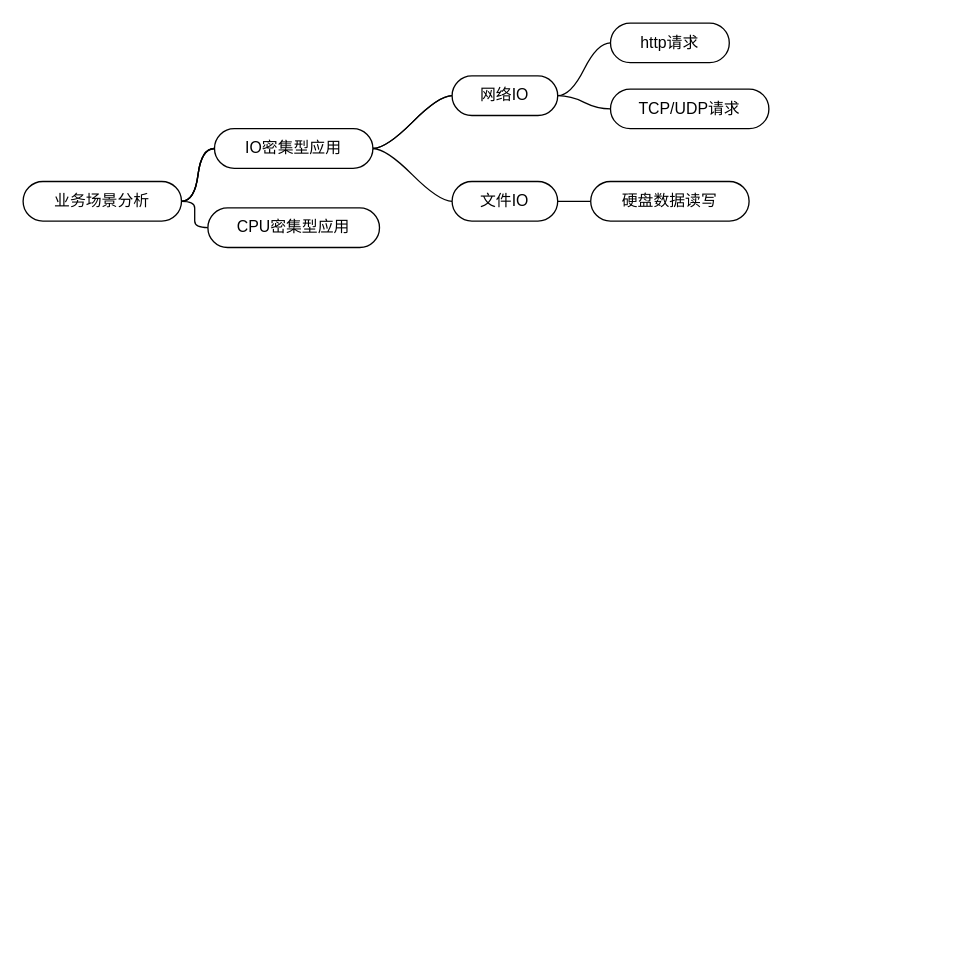
The draw.io diagram 数据表ER图.drawio in jeefs/mindGraph, before the edit. Source tidied: cells renumbered, new cells numbered last; positions are measured from the earlier drawing's top-left corner, leaving out a move shared by most shapes. Both pictures are drawn from the tidied source at 132%, with x=0, y=0 at pixel (22, 22).
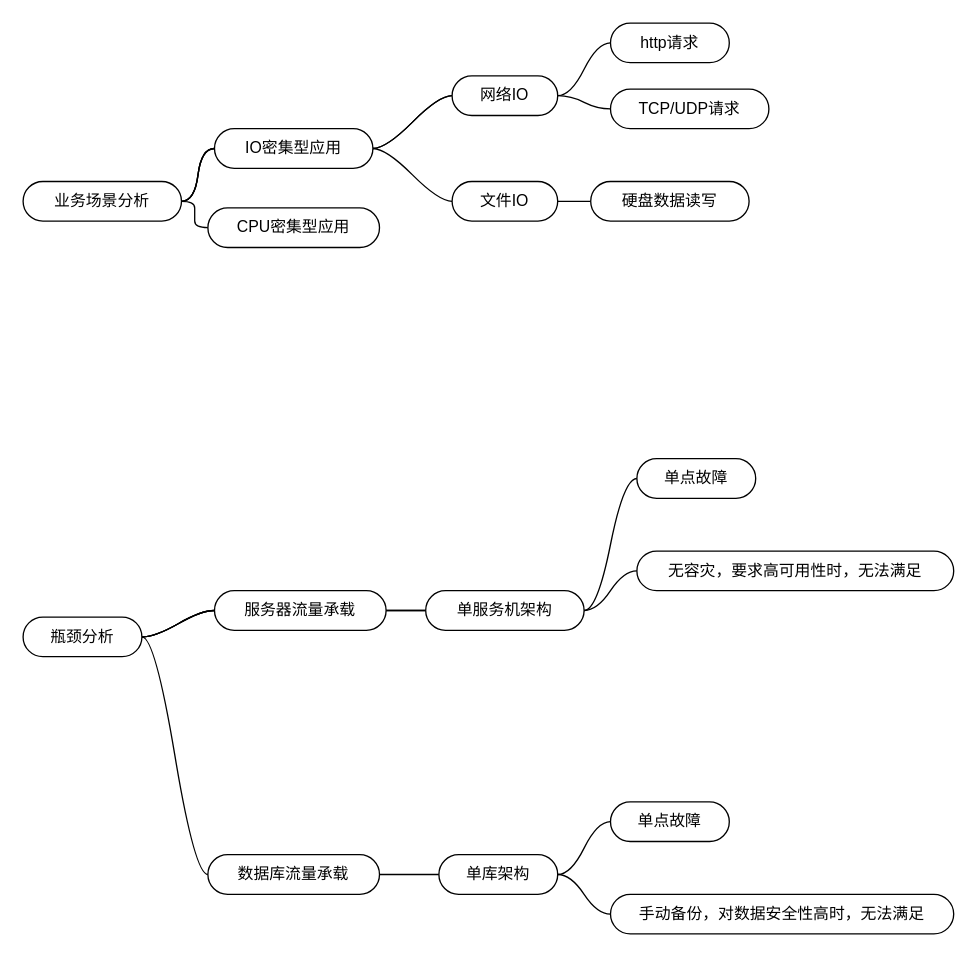
Above is the later version.

Commit message (it also covers changes not shown here):
更新数据表ER图.drawio

Diff of the diagram source:
```diff
@@
+    <mxCell id="20" style="edgeStyle=entityRelationEdgeStyle;rounded=0;jettySize=auto;html=1;startArrow=none;endArrow=none;segment=10;curved=1;sourcePerimeterSpacing=0;targetPerimeterSpacing=0;" parent="1" edge="1" source="24" target="27">
+      <mxGeometry relative="1" as="geometry" />
+    </mxCell>
+    <mxCell id="21" style="edgeStyle=entityRelationEdgeStyle;rounded=0;jettySize=auto;html=1;startArrow=none;endArrow=none;segment=10;curved=1;sourcePerimeterSpacing=0;targetPerimeterSpacing=0;" parent="1" edge="1" source="24" target="27">
+      <mxGeometry relative="1" as="geometry" />
+    </mxCell>
+    <mxCell id="22" style="edgeStyle=entityRelationEdgeStyle;rounded=0;jettySize=auto;html=1;startArrow=none;endArrow=none;segment=10;curved=1;sourcePerimeterSpacing=0;targetPerimeterSpacing=0;" parent="1" edge="1" source="24" target="27">
+      <mxGeometry relative="1" as="geometry" />
+    </mxCell>
+    <mxCell id="23" style="edgeStyle=entityRelationEdgeStyle;rounded=0;jettySize=auto;html=1;startArrow=none;endArrow=none;segment=10;curved=1;sourcePerimeterSpacing=0;targetPerimeterSpacing=0;" parent="1" edge="1" source="24" target="29">
+      <mxGeometry relative="1" as="geometry" />
+    </mxCell>
+    <mxCell id="24" value="瓶颈分析" style="whiteSpace=wrap;html=1;rounded=1;arcSize=50;align=center;verticalAlign=middle;strokeWidth=1;spacing=4;newEdgeStyle={&quot;edgeStyle&quot;:&quot;entityRelationEdgeStyle&quot;,&quot;startArrow&quot;:&quot;none&quot;,&quot;endArrow&quot;:&quot;none&quot;,&quot;segment&quot;:10,&quot;curved&quot;:1,&quot;sourcePerimeterSpacing&quot;:0,&quot;targetPerimeterSpacing&quot;:0};" parent="1" vertex="1">
+      <mxGeometry y="450" width="90" height="30" as="geometry" />
+    </mxCell>
+    <mxCell id="25" style="edgeStyle=entityRelationEdgeStyle;rounded=0;jettySize=auto;html=1;startArrow=none;endArrow=none;segment=10;curved=1;sourcePerimeterSpacing=0;targetPerimeterSpacing=0;" parent="1" edge="1" source="27" target="32">
+      <mxGeometry relative="1" as="geometry" />
+    </mxCell>
+    <mxCell id="26" style="edgeStyle=entityRelationEdgeStyle;rounded=0;jettySize=auto;html=1;startArrow=none;endArrow=none;segment=10;curved=1;sourcePerimeterSpacing=0;targetPerimeterSpacing=0;" parent="1" edge="1" source="27" target="32">
+      <mxGeometry relative="1" as="geometry" />
+    </mxCell>
+    <mxCell id="27" value="服务器流量承载" style="whiteSpace=wrap;html=1;rounded=1;arcSize=50;align=center;verticalAlign=middle;strokeWidth=1;spacing=4;newEdgeStyle={&quot;edgeStyle&quot;:&quot;entityRelationEdgeStyle&quot;,&quot;startArrow&quot;:&quot;none&quot;,&quot;endArrow&quot;:&quot;none&quot;,&quot;segment&quot;:10,&quot;curved&quot;:1,&quot;sourcePerimeterSpacing&quot;:0,&quot;targetPerimeterSpacing&quot;:0};" parent="1" vertex="1">
+      <mxGeometry x="145" y="430" width="130" height="30" as="geometry" />
+    </mxCell>
+    <mxCell id="28" style="edgeStyle=entityRelationEdgeStyle;rounded=0;jettySize=auto;html=1;startArrow=none;endArrow=none;segment=10;curved=1;sourcePerimeterSpacing=0;targetPerimeterSpacing=0;" parent="1" edge="1" source="29" target="37">
+      <mxGeometry relative="1" as="geometry" />
+    </mxCell>
+    <mxCell id="29" value="数据库流量承载" style="whiteSpace=wrap;html=1;rounded=1;arcSize=50;align=center;verticalAlign=middle;strokeWidth=1;spacing=4;newEdgeStyle={&quot;edgeStyle&quot;:&quot;entityRelationEdgeStyle&quot;,&quot;startArrow&quot;:&quot;none&quot;,&quot;endArrow&quot;:&quot;none&quot;,&quot;segment&quot;:10,&quot;curved&quot;:1,&quot;sourcePerimeterSpacing&quot;:0,&quot;targetPerimeterSpacing&quot;:0};" parent="1" vertex="1">
+      <mxGeometry x="140" y="630" width="130" height="30" as="geometry" />
+    </mxCell>
+    <mxCell id="30" style="edgeStyle=entityRelationEdgeStyle;rounded=0;jettySize=auto;html=1;startArrow=none;endArrow=none;segment=10;curved=1;sourcePerimeterSpacing=0;targetPerimeterSpacing=0;" parent="1" edge="1" source="32" target="33">
+      <mxGeometry relative="1" as="geometry" />
+    </mxCell>
+    <mxCell id="31" style="edgeStyle=entityRelationEdgeStyle;rounded=0;jettySize=auto;html=1;startArrow=none;endArrow=none;segment=10;curved=1;sourcePerimeterSpacing=0;targetPerimeterSpacing=0;" parent="1" edge="1" source="32" target="34">
+      <mxGeometry relative="1" as="geometry" />
+    </mxCell>
+    <mxCell id="32" value="单服务机架构" style="whiteSpace=wrap;html=1;rounded=1;arcSize=50;align=center;verticalAlign=middle;strokeWidth=1;spacing=4;newEdgeStyle={&quot;edgeStyle&quot;:&quot;entityRelationEdgeStyle&quot;,&quot;startArrow&quot;:&quot;none&quot;,&quot;endArrow&quot;:&quot;none&quot;,&quot;segment&quot;:10,&quot;curved&quot;:1,&quot;sourcePerimeterSpacing&quot;:0,&quot;targetPerimeterSpacing&quot;:0};" parent="1" vertex="1">
+      <mxGeometry x="305" y="430" width="120" height="30" as="geometry" />
+    </mxCell>
+    <mxCell id="33" value="单点故障" style="whiteSpace=wrap;html=1;rounded=1;arcSize=50;align=center;verticalAlign=middle;strokeWidth=1;spacing=4;newEdgeStyle={&quot;edgeStyle&quot;:&quot;entityRelationEdgeStyle&quot;,&quot;startArrow&quot;:&quot;none&quot;,&quot;endArrow&quot;:&quot;none&quot;,&quot;segment&quot;:10,&quot;curved&quot;:1,&quot;sourcePerimeterSpacing&quot;:0,&quot;targetPerimeterSpacing&quot;:0};" parent="1" vertex="1">
+      <mxGeometry x="465" y="330" width="90" height="30" as="geometry" />
+    </mxCell>
+    <mxCell id="34" value="无容灾，要求高可用性时，无法满足" style="whiteSpace=wrap;html=1;rounded=1;arcSize=50;align=center;verticalAlign=middle;strokeWidth=1;spacing=4;newEdgeStyle={&quot;edgeStyle&quot;:&quot;entityRelationEdgeStyle&quot;,&quot;startArrow&quot;:&quot;none&quot;,&quot;endArrow&quot;:&quot;none&quot;,&quot;segment&quot;:10,&quot;curved&quot;:1,&quot;sourcePerimeterSpacing&quot;:0,&quot;targetPerimeterSpacing&quot;:0};" parent="1" vertex="1">
+      <mxGeometry x="465" y="400" width="240" height="30" as="geometry" />
+    </mxCell>
+    <mxCell id="35" style="edgeStyle=entityRelationEdgeStyle;rounded=0;jettySize=auto;html=1;startArrow=none;endArrow=none;segment=10;curved=1;sourcePerimeterSpacing=0;targetPerimeterSpacing=0;" parent="1" edge="1" source="37" target="38">
+      <mxGeometry relative="1" as="geometry" />
+    </mxCell>
+    <mxCell id="36" style="edgeStyle=entityRelationEdgeStyle;rounded=0;jettySize=auto;html=1;startArrow=none;endArrow=none;segment=10;curved=1;sourcePerimeterSpacing=0;targetPerimeterSpacing=0;" parent="1" edge="1" source="37" target="39">
+      <mxGeometry relative="1" as="geometry" />
+    </mxCell>
+    <mxCell id="37" value="单库架构" style="whiteSpace=wrap;html=1;rounded=1;arcSize=50;align=center;verticalAlign=middle;strokeWidth=1;spacing=4;newEdgeStyle={&quot;edgeStyle&quot;:&quot;entityRelationEdgeStyle&quot;,&quot;startArrow&quot;:&quot;none&quot;,&quot;endArrow&quot;:&quot;none&quot;,&quot;segment&quot;:10,&quot;curved&quot;:1,&quot;sourcePerimeterSpacing&quot;:0,&quot;targetPerimeterSpacing&quot;:0};" parent="1" vertex="1">
+      <mxGeometry x="315" y="630" width="90" height="30" as="geometry" />
+    </mxCell>
+    <mxCell id="38" value="单点故障" style="whiteSpace=wrap;html=1;rounded=1;arcSize=50;align=center;verticalAlign=middle;strokeWidth=1;spacing=4;newEdgeStyle={&quot;edgeStyle&quot;:&quot;entityRelationEdgeStyle&quot;,&quot;startArrow&quot;:&quot;none&quot;,&quot;endArrow&quot;:&quot;none&quot;,&quot;segment&quot;:10,&quot;curved&quot;:1,&quot;sourcePerimeterSpacing&quot;:0,&quot;targetPerimeterSpacing&quot;:0};" parent="1" vertex="1">
+      <mxGeometry x="445" y="590" width="90" height="30" as="geometry" />
+    </mxCell>
+    <mxCell id="39" value="手动备份，对数据安全性高时，无法满足" style="whiteSpace=wrap;html=1;rounded=1;arcSize=50;align=center;verticalAlign=middle;strokeWidth=1;spacing=4;newEdgeStyle={&quot;edgeStyle&quot;:&quot;entityRelationEdgeStyle&quot;,&quot;startArrow&quot;:&quot;none&quot;,&quot;endArrow&quot;:&quot;none&quot;,&quot;segment&quot;:10,&quot;curved&quot;:1,&quot;sourcePerimeterSpacing&quot;:0,&quot;targetPerimeterSpacing&quot;:0};" parent="1" vertex="1">
+      <mxGeometry x="445" y="660" width="260" height="30" as="geometry" />
+    </mxCell>
```
